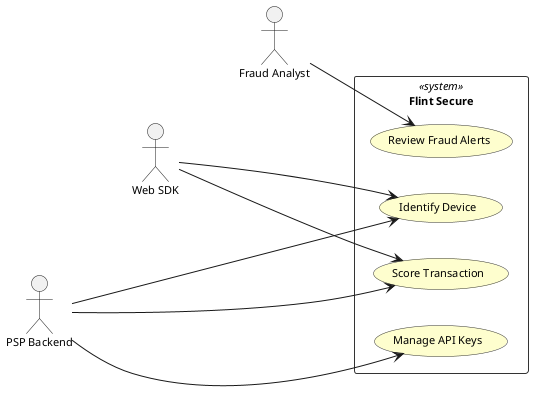
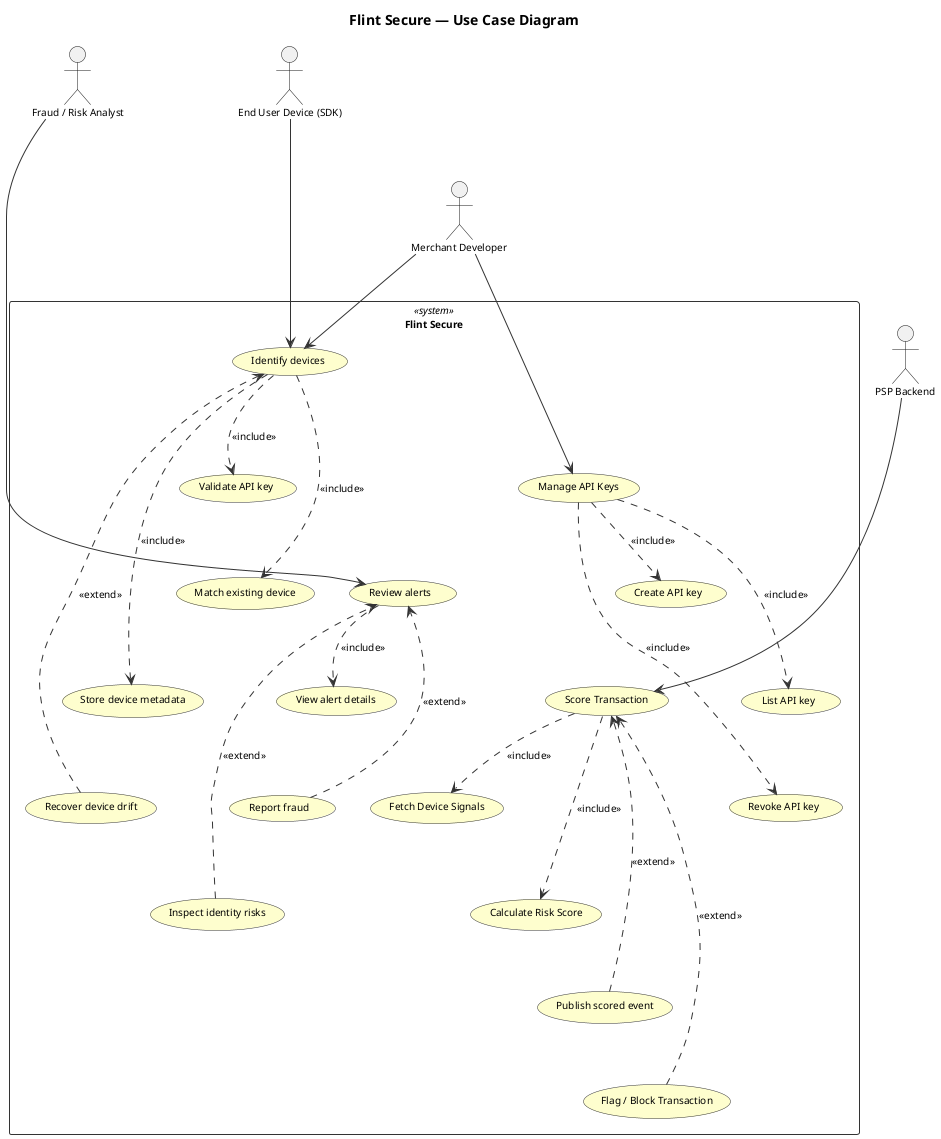
@startuml 01-use-case
- ' Simplified use case diagram — three actors, core flows only
- left to right direction
+ ' UML 2.0 — Behavior: Use Case Diagram (no ML — rule-based scope only)
+ top to bottom direction
skinparam shadowing false
- skinparam defaultFontSize 11
+ skinparam defaultFontSize 10
skinparam actorStyle stickman
skinparam usecase {
  BackgroundColor #FEFECE
  BorderColor #333333
}
skinparam rectangle {
  BorderColor #333333
  BackgroundColor #FFFFFF
}
+ skinparam arrow {
+   Color #333333
+ }

+ title Flint Secure — Use Case Diagram
+ 
+ actor "End User Device (SDK)" as SDK
+ actor "Merchant Developer" as MD
actor "PSP Backend" as PSP
- actor "Web SDK" as SDK
- actor "Fraud Analyst" as FA
- PSP -[hidden]down- SDK
- SDK -[hidden]down- FA
+ actor "Fraud / Risk Analyst" as FA
+ 
+ SDK -[hidden]down- MD
+ MD -[hidden]down- PSP
+ SDK -[hidden]left- FA

rectangle "Flint Secure" <<system>> {
-   (Identify Device) as UC1
-   (Score Transaction) as UC2
-   (Manage API Keys) as UC3
-   (Review Fraud Alerts) as UC4
+ 
+   usecase "Identify devices" as UC_IDENT
+   usecase "Validate API key" as UC_VAL
+   usecase "Match existing device" as UC_MATCH
+   usecase "Store device metadata" as UC_STORE
+   usecase "Recover device drift" as UC_DRIFT
+ 
+   UC_IDENT -[hidden]right- UC_VAL
+   UC_VAL -[hidden]down- UC_MATCH
+   UC_MATCH -[hidden]down- UC_STORE
+   UC_STORE -[hidden]down- UC_DRIFT
+ 
+   UC_IDENT ..> UC_VAL : <<include>>
+   UC_IDENT ..> UC_MATCH : <<include>>
+   UC_IDENT ..> UC_STORE : <<include>>
+   UC_DRIFT ..> UC_IDENT : <<extend>>
+ 
+   usecase "Manage API Keys" as UC_KEYS
+   usecase "Create API key" as UC_CREATE
+   usecase "List API key" as UC_LIST
+   usecase "Revoke API key" as UC_REVOKE
+ 
+   UC_IDENT -[hidden]down- UC_KEYS
+   UC_KEYS -[hidden]right- UC_CREATE
+   UC_CREATE -[hidden]down- UC_LIST
+   UC_LIST -[hidden]down- UC_REVOKE
+ 
+   UC_KEYS ..> UC_CREATE : <<include>>
+   UC_KEYS ..> UC_LIST : <<include>>
+   UC_KEYS ..> UC_REVOKE : <<include>>
+ 
+   usecase "Review alerts" as UC_REVIEW
+   usecase "View alert details" as UC_VIEW
+   usecase "Report fraud" as UC_REPORT
+   usecase "Inspect identity risks" as UC_INSPECT
+ 
+   UC_KEYS -[hidden]down- UC_REVIEW
+   UC_REVIEW -[hidden]right- UC_VIEW
+   UC_VIEW -[hidden]down- UC_REPORT
+   UC_REPORT -[hidden]down- UC_INSPECT
+ 
+   UC_REVIEW ..> UC_VIEW : <<include>>
+   UC_REPORT ..> UC_REVIEW : <<extend>>
+   UC_INSPECT ..> UC_REVIEW : <<extend>>
+ 
+   usecase "Score Transaction" as UC_SCORE
+   usecase "Fetch Device Signals" as UC_FETCH
+   usecase "Calculate Risk Score" as UC_CALC
+   usecase "Publish scored event" as UC_PUBLISH
+   usecase "Flag / Block Transaction" as UC_BLOCK
+ 
+   UC_REVIEW -[hidden]down- UC_SCORE
+   UC_SCORE -[hidden]right- UC_FETCH
+   UC_FETCH -[hidden]down- UC_CALC
+   UC_CALC -[hidden]down- UC_PUBLISH
+   UC_PUBLISH -[hidden]down- UC_BLOCK
+ 
+   UC_SCORE ..> UC_FETCH : <<include>>
+   UC_SCORE ..> UC_CALC : <<include>>
+   UC_PUBLISH ..> UC_SCORE : <<extend>>
+   UC_BLOCK ..> UC_SCORE : <<extend>>
}

- PSP --> UC1
- PSP --> UC2
- PSP --> UC3
- SDK --> UC1
- SDK --> UC2
- FA --> UC4
+ SDK --> UC_IDENT
+ MD --> UC_IDENT
+ MD --> UC_KEYS
+ PSP --> UC_SCORE
+ FA --> UC_REVIEW

@enduml
